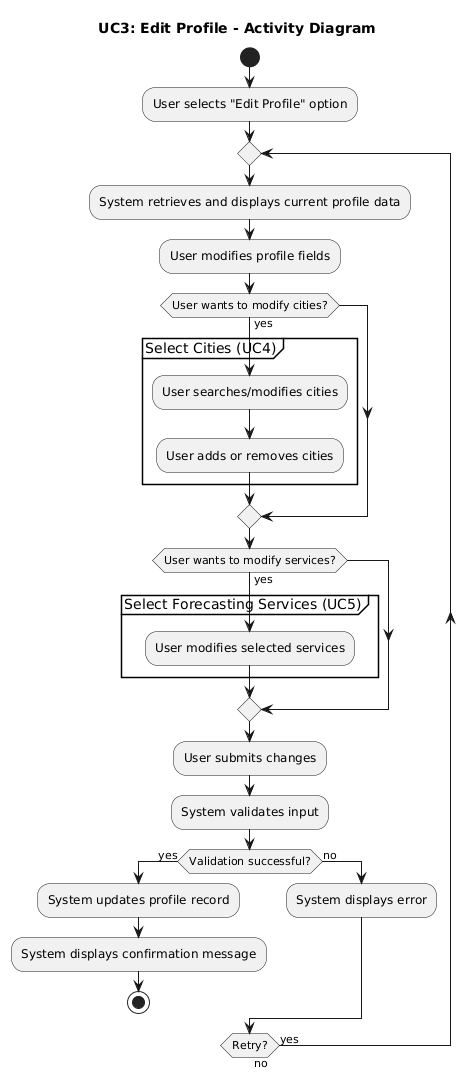
Earlier version of the PlantUML export requirements/activity_diagrams/UC3_Edit_Profile.png (ManosMorf97/Weather-Forecasts-AI-Remastered). Its diagram source:
```plantuml
@startuml
title UC3: Edit Profile - Activity Diagram

start
:User selects "Edit Profile" option;
repeat
  :System retrieves and displays current profile data;
  :User modifies profile fields;

  if (User wants to modify cities?) then (yes)
    partition "Select Cities (UC4)" {
      :User searches/modifies cities;
      :User adds or removes cities;
    }
  endif

  if (User wants to modify services?) then (yes)
    partition "Select Forecasting Services (UC5)" {
      :User modifies selected services;
    }
  endif

  :User submits changes;
  :System validates input;

  if (Validation successful?) then (yes)
    :System updates profile record;
    :System displays confirmation message;
    stop
  else (no)
    :System displays error;
  endif
repeat while (Retry?) is (yes) not (no)
@enduml
```
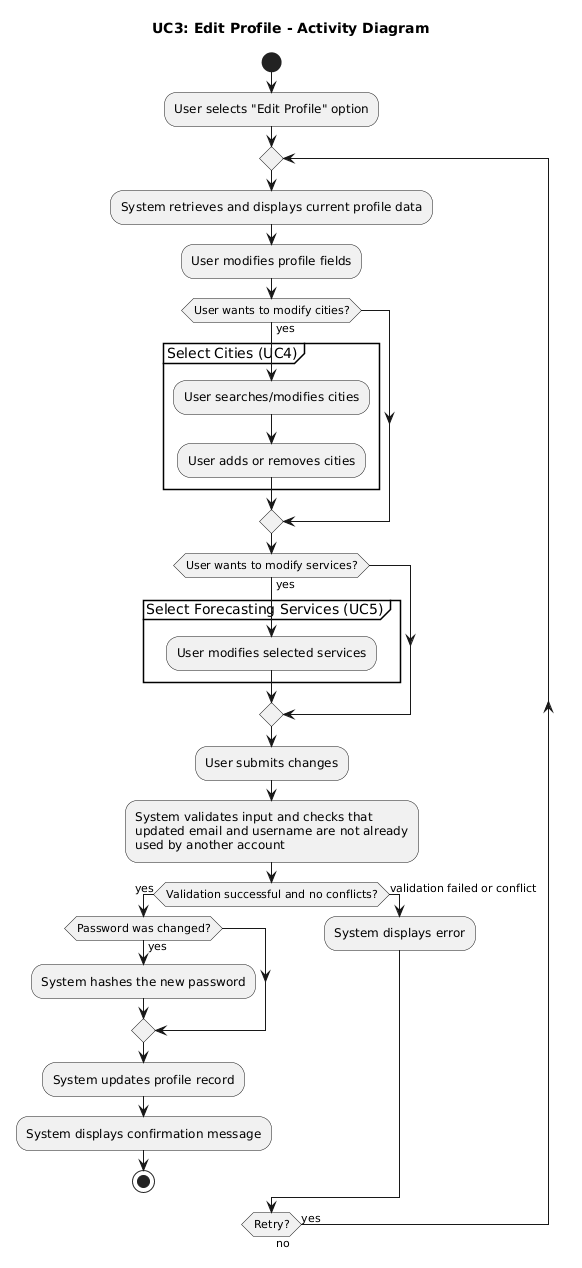
The same file after the commit.

The edit, as a diff of the source:
```diff
@@ -21,13 +21,18 @@
   endif
 
   :User submits changes;
-  :System validates input;
+  :System validates input and checks that
+  updated email and username are not already
+  used by another account;
 
-  if (Validation successful?) then (yes)
+  if (Validation successful and no conflicts?) then (yes)
+    if (Password was changed?) then (yes)
+      :System hashes the new password;
+    endif
     :System updates profile record;
     :System displays confirmation message;
     stop
-  else (no)
+  else (validation failed or conflict)
     :System displays error;
   endif
 repeat while (Retry?) is (yes) not (no)
```
